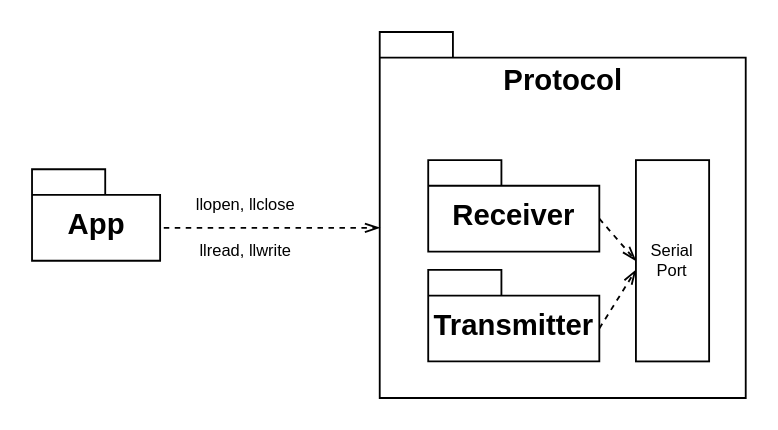
Above: Project1/logic_architecture.drawio in rodykings/FEUP-RCOM (draw.io), before the change. Source tidied: cells renumbered, new cells numbered last; positions are measured from the earlier drawing's top-left corner, leaving out a move shared by most shapes. Both pictures are drawn from the tidied source at 183%, with x=0, y=0 at pixel (31, 31).
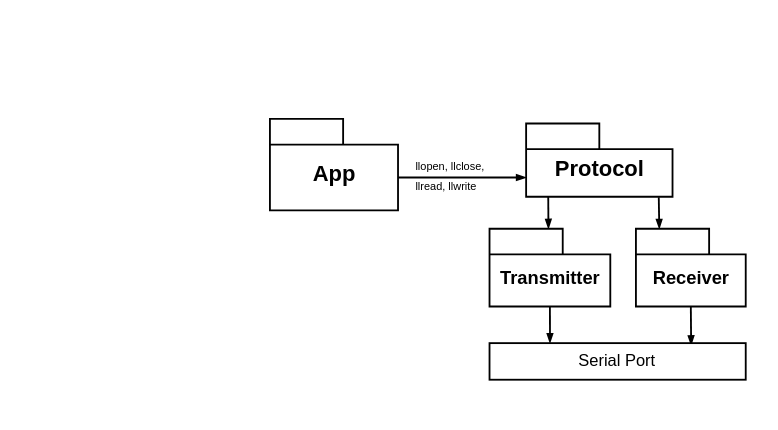
Above is the later version.

Diff of the diagram source:
```diff
@@
 <mxGraphModel background="#ffffff">
   <root>
     <mxCell id="0" />
     <mxCell id="1" parent="0" />
+    <mxCell id="12" style="edgeStyle=none;rounded=0;jettySize=auto;html=1;exitX=0.151;exitY=0.996;exitDx=0;exitDy=0;exitPerimeter=0;entryX=0.488;entryY=0.002;entryDx=0;entryDy=0;entryPerimeter=0;endArrow=blockThin;endFill=1;fontSize=10;strokeWidth=1;endSize=3;" parent="1" edge="1" source="2" target="8">
+      <mxGeometry relative="1" as="geometry" />
+    </mxCell>
+    <mxCell id="13" style="edgeStyle=none;rounded=0;jettySize=auto;html=1;exitX=0.906;exitY=1.006;exitDx=0;exitDy=0;exitPerimeter=0;entryX=0.213;entryY=0.003;entryDx=0;entryDy=0;entryPerimeter=0;endArrow=blockThin;endFill=1;fontSize=10;strokeWidth=1;endSize=3;" parent="1" edge="1" source="2" target="6">
+      <mxGeometry relative="1" as="geometry" />
+    </mxCell>
-    <mxCell id="2" value="Protocol" style="shape=folder;fontStyle=1;spacingTop=10;tabWidth=40;tabHeight=14;tabPosition=left;html=1;verticalAlign=top;fontSize=16;" parent="1" vertex="1">
-      <mxGeometry x="190" width="200" height="200" as="geometry" />
+    <mxCell id="2" value="Protocol" style="shape=folder;fontStyle=1;spacingTop=10;tabWidth=40;tabHeight=14;tabPosition=left;html=1;verticalAlign=middle;fontSize=12;" parent="1" vertex="1">
+      <mxGeometry x="270" y="50" width="80" height="40" as="geometry" />
     </mxCell>
-    <mxCell id="3" style="edgeStyle=orthogonalEdgeStyle;rounded=0;jettySize=auto;html=1;exitX=0;exitY=0;exitDx=70;exitDy=32;exitPerimeter=0;entryX=0;entryY=0;entryDx=0;entryDy=107;entryPerimeter=0;fontSize=16;dashed=1;endArrow=openThin;endFill=0;" parent="1" edge="1" source="4" target="2">
-      <mxGeometry relative="1" as="geometry">
-        <Array as="points">
-          <mxPoint x="50" y="107" />
-        </Array>
-      </mxGeometry>
+    <mxCell id="3" style="edgeStyle=orthogonalEdgeStyle;rounded=0;jettySize=auto;html=1;entryX=0;entryY=0;entryDx=0;entryDy=29.5;entryPerimeter=0;endArrow=blockThin;endFill=1;exitX=0;exitY=0;exitDx=70;exitDy=32;exitPerimeter=0;strokeWidth=1;endSize=3;" parent="1" edge="1" source="4" target="2">
+      <mxGeometry relative="1" as="geometry" />
     </mxCell>
-    <mxCell id="4" value="App" style="shape=folder;fontStyle=1;spacingTop=10;tabWidth=40;tabHeight=14;tabPosition=left;html=1;fontSize=16;" parent="1" vertex="1">
-      <mxGeometry y="75" width="70" height="50" as="geometry" />
+    <mxCell id="4" value="App" style="shape=folder;fontStyle=1;spacingTop=10;tabWidth=40;tabHeight=14;tabPosition=left;html=1;fontSize=12;verticalAlign=middle;" parent="1" vertex="1">
+      <mxGeometry x="130" y="47.5" width="70" height="50" as="geometry" />
     </mxCell>
-    <mxCell id="5" style="rounded=0;jettySize=auto;html=1;exitX=0;exitY=0;exitDx=93.5;exitDy=32;exitPerimeter=0;entryX=0;entryY=0.5;entryDx=0;entryDy=0;fontSize=9;dashed=1;endArrow=openThin;endFill=0;" parent="1" edge="1" source="6" target="10">
+    <mxCell id="5" style="edgeStyle=none;rounded=0;jettySize=auto;html=1;exitX=0.5;exitY=1;exitDx=0;exitDy=0;exitPerimeter=0;entryX=0.787;entryY=0.062;entryDx=0;entryDy=0;entryPerimeter=0;endArrow=blockThin;endFill=1;fontSize=10;strokeWidth=1;endSize=3;" parent="1" edge="1" source="6" target="10">
       <mxGeometry relative="1" as="geometry" />
     </mxCell>
-    <mxCell id="6" value="Receiver" style="shape=folder;fontStyle=1;spacingTop=10;tabWidth=40;tabHeight=14;tabPosition=left;html=1;fontSize=16;" parent="1" vertex="1">
-      <mxGeometry x="216.5" y="70" width="93.5" height="50" as="geometry" />
+    <mxCell id="6" value="Receiver" style="shape=folder;fontStyle=1;spacingTop=10;tabWidth=40;tabHeight=14;tabPosition=left;html=1;fontSize=10;verticalAlign=middle;" parent="1" vertex="1">
+      <mxGeometry x="330" y="107.5" width="60" height="42.5" as="geometry" />
     </mxCell>
-    <mxCell id="7" style="edgeStyle=none;rounded=0;jettySize=auto;html=1;exitX=0;exitY=0;exitDx=93.5;exitDy=32;exitPerimeter=0;fontSize=9;dashed=1;endArrow=openThin;endFill=0;" parent="1" edge="1" source="8">
-      <mxGeometry relative="1" as="geometry">
-        <mxPoint x="330" y="130" as="targetPoint" />
-      </mxGeometry>
-    </mxCell>
+    <mxCell id="14" style="edgeStyle=none;rounded=0;jettySize=auto;html=1;exitX=0.5;exitY=1;exitDx=0;exitDy=0;exitPerimeter=0;entryX=0.236;entryY=0.004;entryDx=0;entryDy=0;entryPerimeter=0;endArrow=blockThin;endFill=1;fontSize=10;strokeWidth=1;endSize=3;" parent="1" edge="1" source="8" target="10">
+      <mxGeometry relative="1" as="geometry" />
+    </mxCell>
-    <mxCell id="8" value="Transmitter" style="shape=folder;fontStyle=1;spacingTop=10;tabWidth=40;tabHeight=14;tabPosition=left;html=1;fontSize=16;" parent="1" vertex="1">
-      <mxGeometry x="216.5" y="130" width="93.5" height="50" as="geometry" />
+    <mxCell id="8" value="Transmitter" style="shape=folder;fontStyle=1;spacingTop=10;tabWidth=40;tabHeight=14;tabPosition=left;html=1;fontSize=10;verticalAlign=middle;" parent="1" vertex="1">
+      <mxGeometry x="250" y="107.5" width="66" height="42.5" as="geometry" />
     </mxCell>
-    <mxCell id="9" value="llread, llwrite" style="text;html=1;strokeColor=none;fillColor=none;align=center;verticalAlign=middle;whiteSpace=wrap;rounded=0;fontSize=9;" parent="1" vertex="1">
-      <mxGeometry x="16.5" y="110" width="200" height="20" as="geometry" />
-    </mxCell>
-    <mxCell id="10" value="Serial&lt;br&gt;Port" style="rounded=0;whiteSpace=wrap;html=1;fontSize=9;" parent="1" vertex="1">
-      <mxGeometry x="330" y="70" width="40" height="110" as="geometry" />
+    <mxCell id="10" value="Serial Port" style="rounded=0;whiteSpace=wrap;html=1;fontSize=9;verticalAlign=middle;" parent="1" vertex="1">
+      <mxGeometry x="250" y="170" width="140" height="20" as="geometry" />
     </mxCell>
-    <mxCell id="11" value="llopen, llclose" style="text;html=1;strokeColor=none;fillColor=none;align=center;verticalAlign=middle;whiteSpace=wrap;rounded=0;fontSize=9;" parent="1" vertex="1">
-      <mxGeometry x="16.5" y="85" width="200" height="20" as="geometry" />
+    <mxCell id="11" value="&lt;font style=&quot;font-size: 6px&quot;&gt;llopen, llclose, &lt;br&gt;llread, llwrite&lt;/font&gt;" style="text;html=1;strokeColor=none;fillColor=none;align=left;verticalAlign=middle;whiteSpace=wrap;rounded=0;fontSize=9;" parent="1" vertex="1">
+      <mxGeometry x="208" y="68" width="88" height="20" as="geometry" />
     </mxCell>
   </root>
 </mxGraphModel>
```
